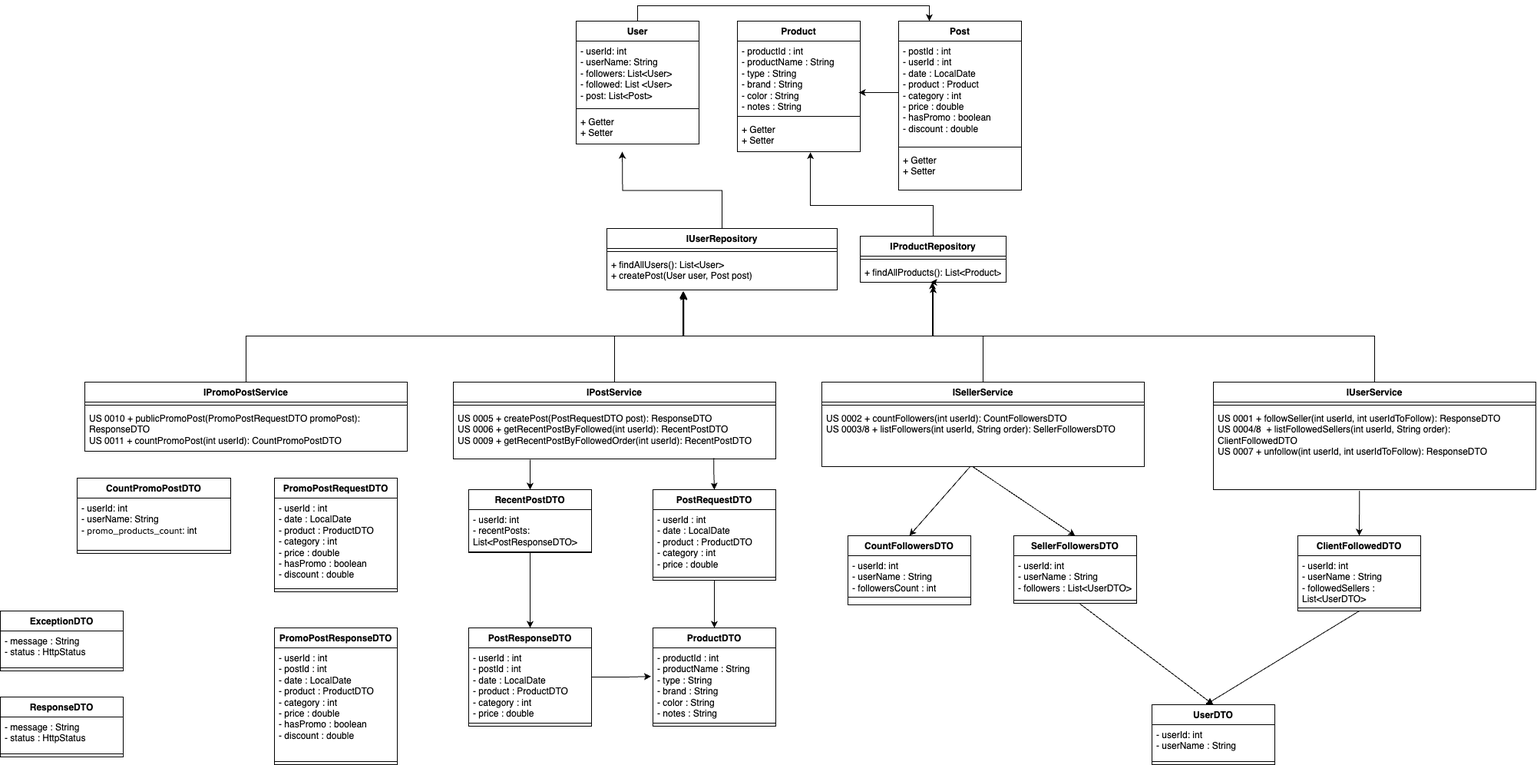
SebastianValleRang/SocialMeli keeps this draw.io diagram as src/main/resources/Diagrama.png. Above is the earlier version. Source tidied: cells renumbered, new cells last; positions are measured from the earlier drawing's top-left corner, leaving out a move shared by most shapes.
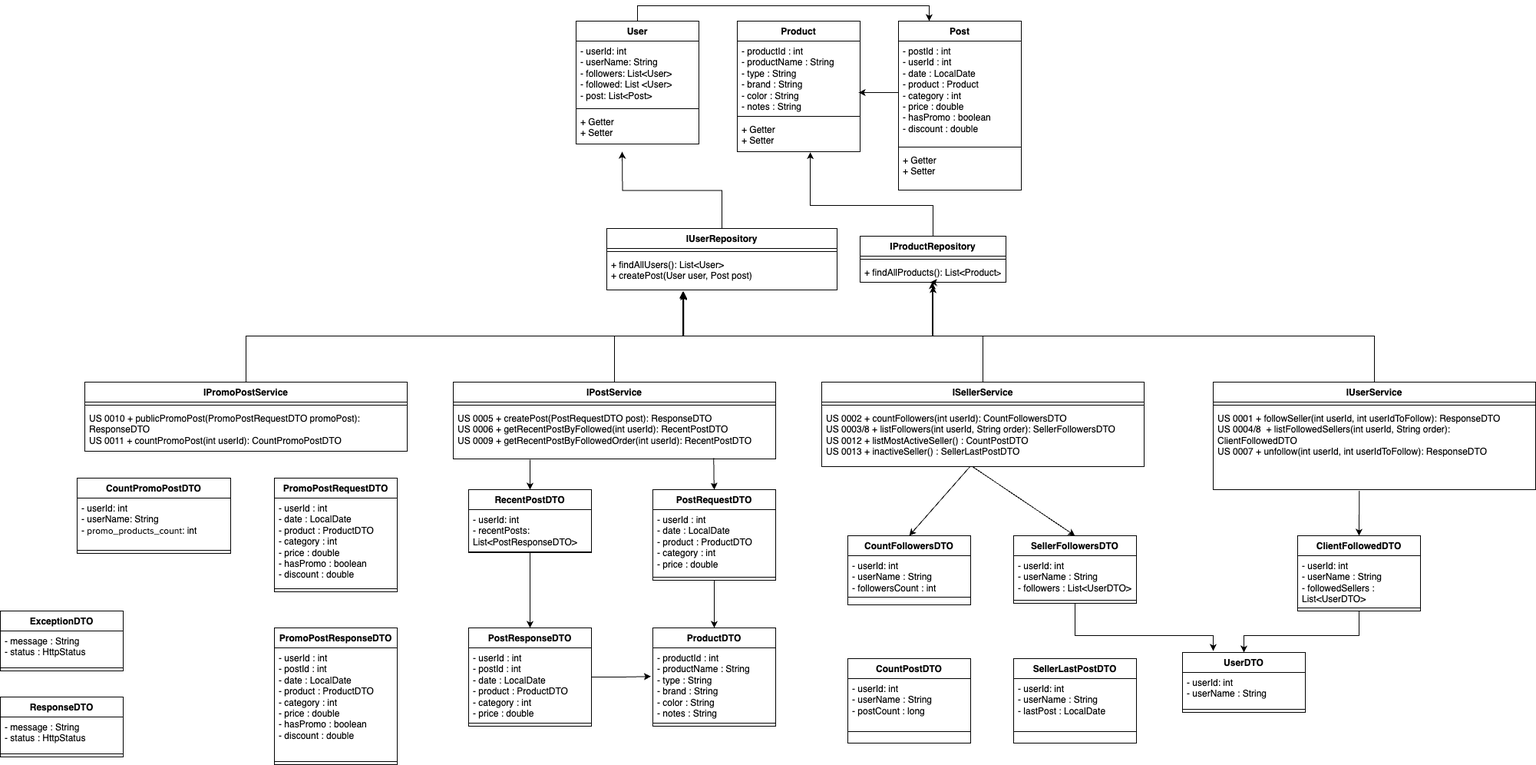
Later version of the same file.

Change to the diagram source:
```diff
@@ -96,6 +96,15 @@
     <mxCell id="30" style="line;strokeWidth=1;fillColor=none;align=left;verticalAlign=middle;spacingTop=-1;spacingLeft=3;spacingRight=3;labelPosition=right;strokeColor=inherit;" parent="28" vertex="1">
       <mxGeometry y="70" width="160" height="20" as="geometry" />
     </mxCell>
+    <mxCell id="92" style="edgeStyle=orthogonalEdgeStyle;rounded=0;jettySize=auto;html=1;" parent="1" edge="1" source="31">
+      <mxGeometry relative="1" as="geometry">
+        <mxPoint x="1580" y="840" as="targetPoint" />
+        <Array as="points">
+          <mxPoint x="1400" y="820" />
+          <mxPoint x="1580" y="820" />
+        </Array>
+      </mxGeometry>
+    </mxCell>
     <mxCell id="31" value="SellerFollowersDTO" style="swimlane;fontStyle=1;align=center;verticalAlign=top;horizontal=1;startSize=26;whiteSpace=wrap;html=1;" parent="1" vertex="1">
       <mxGeometry x="1320" y="690" width="160" height="88" as="geometry" />
     </mxCell>
@@ -126,15 +135,14 @@
     <mxCell id="40" style="line;strokeWidth=1;fillColor=none;align=left;verticalAlign=middle;spacingTop=-1;spacingLeft=3;spacingRight=3;labelPosition=right;strokeColor=inherit;" parent="38" vertex="1">
       <mxGeometry y="90" width="200" height="8" as="geometry" />
     </mxCell>
-    <mxCell id="41" value="UserDTO" style="swimlane;fontStyle=1;align=center;verticalAlign=top;horizontal=1;startSize=26;whiteSpace=wrap;html=1;" parent="1" vertex="1">
-      <mxGeometry x="1500" y="910" width="160" height="78" as="geometry" />
-    </mxCell>
-    <mxCell id="42" value="- userId: int&lt;div&gt;&lt;span style=&quot;background-color: initial;&quot;&gt;- userName : String&amp;nbsp;&lt;/span&gt;&lt;/div&gt;" style="text;strokeColor=none;fillColor=none;align=left;verticalAlign=top;spacingLeft=4;spacingRight=4;overflow=hidden;whiteSpace=wrap;html=1;" parent="41" vertex="1">
-      <mxGeometry y="26" width="160" height="44" as="geometry" />
-    </mxCell>
-    <mxCell id="43" style="line;strokeWidth=1;fillColor=none;align=left;verticalAlign=middle;spacingTop=-1;spacingLeft=3;spacingRight=3;labelPosition=right;strokeColor=inherit;" parent="41" vertex="1">
-      <mxGeometry y="70" width="160" height="8" as="geometry" />
-    </mxCell>
+    <mxCell id="93" style="edgeStyle=orthogonalEdgeStyle;rounded=0;jettySize=auto;html=1;exitX=0.5;exitY=1;exitDx=0;exitDy=0;entryX=0.5;entryY=0;entryDx=0;entryDy=0;" parent="1" edge="1" source="44" target="41">
+      <mxGeometry relative="1" as="geometry">
+        <Array as="points">
+          <mxPoint x="1770" y="820" />
+          <mxPoint x="1620" y="820" />
+        </Array>
+      </mxGeometry>
+    </mxCell>
     <mxCell id="44" value="ClientFollowedDTO" style="swimlane;fontStyle=1;align=center;verticalAlign=top;horizontal=1;startSize=26;whiteSpace=wrap;html=1;" parent="1" vertex="1">
       <mxGeometry x="1690" y="690" width="160" height="98" as="geometry" />
     </mxCell>
@@ -227,7 +235,7 @@
     <mxCell id="72" style="line;strokeWidth=1;fillColor=none;align=left;verticalAlign=middle;spacingTop=-1;spacingLeft=3;spacingRight=3;labelPosition=right;strokeColor=inherit;" parent="71" vertex="1">
       <mxGeometry y="26" width="420" height="8" as="geometry" />
     </mxCell>
-    <mxCell id="73" value="&lt;div&gt;&lt;span style=&quot;background-color: initial;&quot;&gt;US 0002&lt;/span&gt;&lt;span style=&quot;background-color: initial;&quot;&gt;&amp;nbsp;&lt;/span&gt;&lt;span style=&quot;background-color: initial;&quot;&gt;+ countFollowers(int userId): CountFollowersDTO&lt;/span&gt;&lt;br&gt;&lt;/div&gt;&lt;div&gt;&lt;span style=&quot;background-color: initial;&quot;&gt;US 0003/8&lt;/span&gt;&lt;span style=&quot;background-color: initial;&quot;&gt;&amp;nbsp;&lt;/span&gt;+ listFollowers(int userId, String order): SellerFollowersDTO&lt;/div&gt;&lt;div&gt;&lt;br&gt;&lt;/div&gt;&lt;div&gt;&lt;br&gt;&lt;/div&gt;" style="text;strokeColor=none;fillColor=none;align=left;verticalAlign=top;spacingLeft=4;spacingRight=4;overflow=hidden;points=[[0,0.5],[1,0.5]];portConstraint=eastwest;whiteSpace=wrap;html=1;" parent="71" vertex="1">
+    <mxCell id="73" value="&lt;div&gt;&lt;span style=&quot;background-color: initial;&quot;&gt;US 0002&lt;/span&gt;&lt;span style=&quot;background-color: initial;&quot;&gt;&amp;nbsp;&lt;/span&gt;&lt;span style=&quot;background-color: initial;&quot;&gt;+ countFollowers(int userId): CountFollowersDTO&lt;/span&gt;&lt;br&gt;&lt;/div&gt;&lt;div&gt;&lt;span style=&quot;background-color: initial;&quot;&gt;US 0003/8&lt;/span&gt;&lt;span style=&quot;background-color: initial;&quot;&gt;&amp;nbsp;&lt;/span&gt;+ listFollowers(int userId, String order): SellerFollowersDTO&lt;/div&gt;&lt;div&gt;US 0012 + listMostActiveSeller() : CountPostDTO&lt;/div&gt;&lt;div&gt;US 0013 + inactiveSeller() :&amp;nbsp;SellerLastPostDTO&lt;/div&gt;&lt;div&gt;&lt;br&gt;&lt;/div&gt;&lt;div&gt;&lt;br&gt;&lt;/div&gt;" style="text;strokeColor=none;fillColor=none;align=left;verticalAlign=top;spacingLeft=4;spacingRight=4;overflow=hidden;points=[[0,0.5],[1,0.5]];portConstraint=eastwest;whiteSpace=wrap;html=1;" parent="71" vertex="1">
       <mxGeometry y="34" width="420" height="76" as="geometry" />
     </mxCell>
     <mxCell id="74" style="edgeStyle=orthogonalEdgeStyle;rounded=0;jettySize=auto;html=1;entryX=0.33;entryY=1.045;entryDx=0;entryDy=0;entryPerimeter=0;" parent="1" edge="1" source="68" target="18">
@@ -299,14 +307,6 @@
     <mxCell id="84" style="line;strokeWidth=1;fillColor=none;align=left;verticalAlign=middle;spacingTop=-1;spacingLeft=3;spacingRight=3;labelPosition=right;strokeColor=inherit;" parent="82" vertex="1">
       <mxGeometry y="170" width="160" height="8" as="geometry" />
     </mxCell>
-    <mxCell id="85" style="rounded=0;jettySize=auto;html=1;exitX=0.5;exitY=0;exitDx=0;exitDy=0;startArrow=classic;startFill=1;endArrow=none;endFill=0;" parent="1" edge="1" source="41" target="33">
-      <mxGeometry relative="1" as="geometry" />
-    </mxCell>
-    <mxCell id="86" style="rounded=0;jettySize=auto;html=1;startArrow=classic;startFill=1;endArrow=none;endFill=0;entryX=0.5;entryY=1;entryDx=0;entryDy=0;" parent="1" edge="1" target="44">
-      <mxGeometry relative="1" as="geometry">
-        <mxPoint x="1570" y="910" as="sourcePoint" />
-      </mxGeometry>
-    </mxCell>
     <mxCell id="87" style="rounded=0;jettySize=auto;html=1;exitX=0.5;exitY=0;exitDx=0;exitDy=0;startArrow=classic;startFill=1;endArrow=none;endFill=0;entryX=0.453;entryY=1.013;entryDx=0;entryDy=0;entryPerimeter=0;" parent="1" edge="1" source="44" target="24">
       <mxGeometry relative="1" as="geometry" />
     </mxCell>
@@ -339,5 +339,32 @@
         </Array>
       </mxGeometry>
     </mxCell>
+    <mxCell id="94" value="CountPostDTO" style="swimlane;fontStyle=1;align=center;verticalAlign=top;horizontal=1;startSize=26;whiteSpace=wrap;html=1;" parent="1" vertex="1">
+      <mxGeometry x="1104" y="850" width="160" height="110" as="geometry" />
+    </mxCell>
+    <mxCell id="95" value="- userId: int&lt;div&gt;- userName : String&lt;br&gt;&lt;div&gt;- postCount : long&lt;/div&gt;&lt;/div&gt;" style="text;strokeColor=none;fillColor=none;align=left;verticalAlign=top;spacingLeft=4;spacingRight=4;overflow=hidden;whiteSpace=wrap;html=1;" parent="94" vertex="1">
+      <mxGeometry y="26" width="160" height="54" as="geometry" />
+    </mxCell>
+    <mxCell id="96" style="line;strokeWidth=1;fillColor=none;align=left;verticalAlign=middle;spacingTop=-1;spacingLeft=3;spacingRight=3;labelPosition=right;strokeColor=inherit;" parent="94" vertex="1">
+      <mxGeometry y="80" width="160" height="30" as="geometry" />
+    </mxCell>
+    <mxCell id="97" value="&lt;span style=&quot;text-align: left;&quot;&gt;SellerLastPostDTO&lt;/span&gt;" style="swimlane;fontStyle=1;align=center;verticalAlign=top;horizontal=1;startSize=26;whiteSpace=wrap;html=1;" parent="1" vertex="1">
+      <mxGeometry x="1320" y="850" width="160" height="110" as="geometry" />
+    </mxCell>
+    <mxCell id="98" value="- userId: int&lt;div&gt;- userName : String&lt;br&gt;&lt;div&gt;- lastPost : LocalDate&lt;/div&gt;&lt;/div&gt;" style="text;strokeColor=none;fillColor=none;align=left;verticalAlign=top;spacingLeft=4;spacingRight=4;overflow=hidden;whiteSpace=wrap;html=1;" parent="97" vertex="1">
+      <mxGeometry y="26" width="160" height="54" as="geometry" />
+    </mxCell>
+    <mxCell id="99" style="line;strokeWidth=1;fillColor=none;align=left;verticalAlign=middle;spacingTop=-1;spacingLeft=3;spacingRight=3;labelPosition=right;strokeColor=inherit;" parent="97" vertex="1">
+      <mxGeometry y="80" width="160" height="30" as="geometry" />
+    </mxCell>
+    <mxCell id="41" value="UserDTO" style="swimlane;fontStyle=1;align=center;verticalAlign=top;horizontal=1;startSize=26;whiteSpace=wrap;html=1;" parent="1" vertex="1">
+      <mxGeometry x="1540" y="842" width="160" height="78" as="geometry" />
+    </mxCell>
+    <mxCell id="42" value="- userId: int&lt;div&gt;&lt;span style=&quot;background-color: initial;&quot;&gt;- userName : String&amp;nbsp;&lt;/span&gt;&lt;/div&gt;" style="text;strokeColor=none;fillColor=none;align=left;verticalAlign=top;spacingLeft=4;spacingRight=4;overflow=hidden;whiteSpace=wrap;html=1;" parent="41" vertex="1">
+      <mxGeometry y="26" width="160" height="44" as="geometry" />
+    </mxCell>
+    <mxCell id="43" style="line;strokeWidth=1;fillColor=none;align=left;verticalAlign=middle;spacingTop=-1;spacingLeft=3;spacingRight=3;labelPosition=right;strokeColor=inherit;" parent="41" vertex="1">
+      <mxGeometry y="70" width="160" height="8" as="geometry" />
+    </mxCell>
   </root>
 </mxGraphModel>
```
